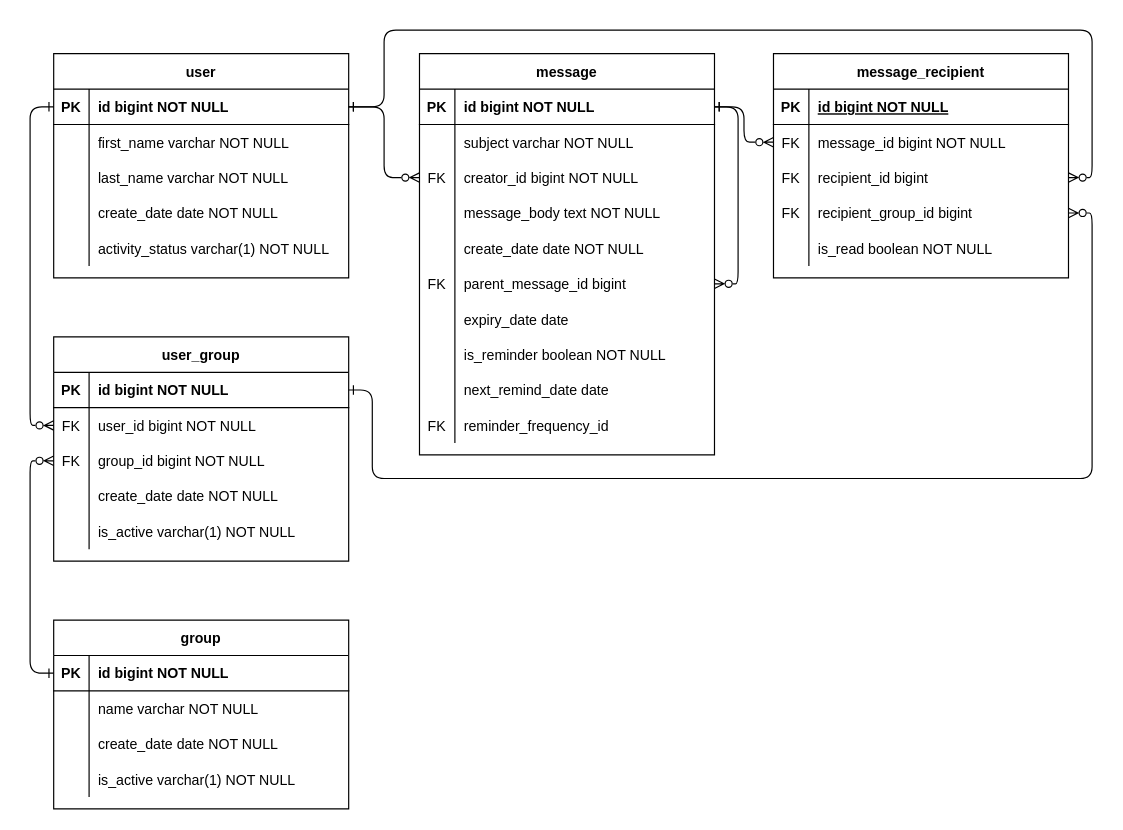
This is diagrams/Users data.drawio from WayayueGyee/Social-network-backend, a draw.io file, before an edit. Source tidied: cells renumbered, new cells numbered last; positions are measured from the earlier drawing's top-left corner, leaving out a move shared by most shapes. Both pictures are drawn from the tidied source at 118%, with x=0, y=0 at pixel (53, 30).
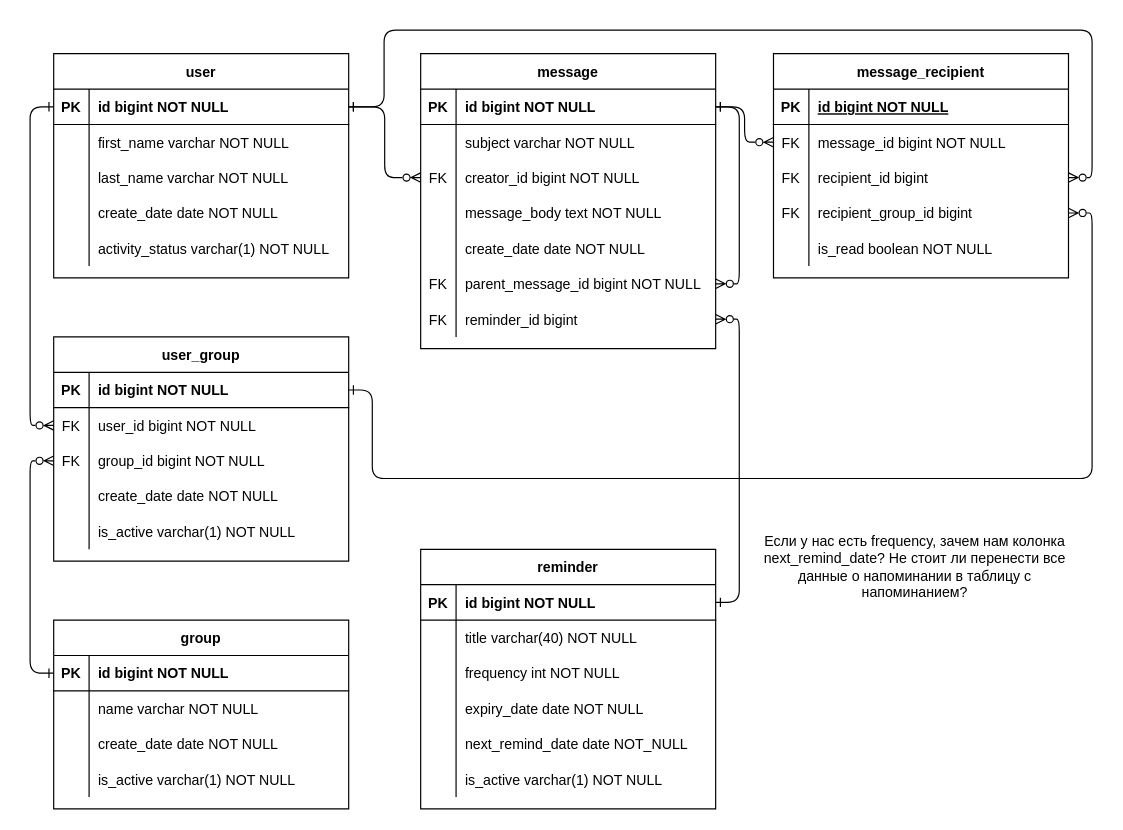
After the change.

Commit message:
Added "reminder" table data.drawio

The change refers to these unchanged cells:
```xml
<mxCell id="19" style="shape=partialRectangle;fillColor=none;points=[[0,0.5],[1,0.5]];portConstraint=eastwest;top=0;left=0;right=0;bottom=0;" parent="2" vertex="1">
  <mxGeometry y="180" width="250" height="30" as="geometry" />
</mxCell>
```

The edit, as a diff of the source:
```diff
@@
     <mxCell id="2" value="message" style="shape=table;startSize=30;childLayout=tableLayout;rowLines=0;fontStyle=1;align=center;" parent="1" vertex="1">
-      <mxGeometry x="310" y="20" width="250" height="340" as="geometry" />
+      <mxGeometry x="311" y="20" width="250" height="250" as="geometry" />
     </mxCell>
@@
-    <mxCell id="21" value="parent_message_id bigint" style="shape=partialRectangle;overflow=hidden;fillColor=none;top=0;left=0;bottom=0;right=0;align=left;spacingLeft=6;" parent="19" vertex="1">
+    <mxCell id="21" value="parent_message_id bigint NOT NULL" style="shape=partialRectangle;overflow=hidden;fillColor=none;top=0;left=0;bottom=0;right=0;align=left;spacingLeft=6;" parent="19" vertex="1">
       <mxGeometry x="30" width="220" height="30" as="geometry" />
     </mxCell>
-    <mxCell id="22" style="shape=partialRectangle;fillColor=none;top=0;left=0;right=0;bottom=0;" parent="2" vertex="1">
-      <mxGeometry y="210" width="250" height="30" as="geometry" />
-    </mxCell>
-    <mxCell id="23" style="shape=partialRectangle;overflow=hidden;fillColor=none;top=0;left=0;bottom=0;right=0;" parent="22" vertex="1">
-      <mxGeometry width="30" height="30" as="geometry" />
-    </mxCell>
-    <mxCell id="24" value="expiry_date date" style="shape=partialRectangle;overflow=hidden;fillColor=none;top=0;left=0;bottom=0;right=0;align=left;spacingLeft=6;fontStyle=0;" parent="22" vertex="1">
-      <mxGeometry x="30" width="220" height="30" as="geometry" />
-    </mxCell>
-    <mxCell id="25" style="shape=partialRectangle;fillColor=none;top=0;left=0;right=0;bottom=0;" parent="2" vertex="1">
-      <mxGeometry y="240" width="250" height="30" as="geometry" />
-    </mxCell>
-    <mxCell id="26" style="shape=partialRectangle;overflow=hidden;fillColor=none;top=0;left=0;bottom=0;right=0;" parent="25" vertex="1">
-      <mxGeometry width="30" height="30" as="geometry" />
-    </mxCell>
-    <mxCell id="27" value="is_reminder boolean NOT NULL" style="shape=partialRectangle;overflow=hidden;fillColor=none;top=0;left=0;bottom=0;right=0;align=left;spacingLeft=6;fontStyle=0;" parent="25" vertex="1">
-      <mxGeometry x="30" width="220" height="30" as="geometry" />
-    </mxCell>
-    <mxCell id="28" style="shape=partialRectangle;fillColor=none;top=0;left=0;right=0;bottom=0;" parent="2" vertex="1">
-      <mxGeometry y="270" width="250" height="30" as="geometry" />
-    </mxCell>
-    <mxCell id="29" style="shape=partialRectangle;overflow=hidden;fillColor=none;top=0;left=0;bottom=0;right=0;" parent="28" vertex="1">
-      <mxGeometry width="30" height="30" as="geometry" />
-    </mxCell>
-    <mxCell id="30" value="next_remind_date date" style="shape=partialRectangle;overflow=hidden;fillColor=none;top=0;left=0;bottom=0;right=0;align=left;spacingLeft=6;fontStyle=0;" parent="28" vertex="1">
-      <mxGeometry x="30" width="220" height="30" as="geometry" />
-    </mxCell>
     <mxCell id="31" style="shape=partialRectangle;fillColor=none;points=[[0,0.5],[1,0.5]];portConstraint=eastwest;top=0;left=0;right=0;bottom=0;" parent="2" vertex="1">
-      <mxGeometry y="300" width="250" height="30" as="geometry" />
+      <mxGeometry y="210" width="250" height="30" as="geometry" />
     </mxCell>
@@
-    <mxCell id="33" value="reminder_frequency_id" style="shape=partialRectangle;overflow=hidden;fillColor=none;top=0;left=0;bottom=0;right=0;align=left;spacingLeft=6;fontStyle=0;" parent="31" vertex="1">
+    <mxCell id="33" value="reminder_id bigint" style="shape=partialRectangle;overflow=hidden;fillColor=none;top=0;left=0;bottom=0;right=0;align=left;spacingLeft=6;fontStyle=0;" parent="31" vertex="1">
       <mxGeometry x="30" width="220" height="30" as="geometry" />
     </mxCell>
@@
+    <mxCell id="101" value="reminder" style="shape=table;startSize=30;childLayout=tableLayout;rowLines=0;fontStyle=1;align=center;" parent="1" vertex="1">
+      <mxGeometry x="311" y="440" width="250" height="220" as="geometry" />
+    </mxCell>
+    <mxCell id="102" style="shape=tableRow;horizontal=0;startSize=0;swimlaneHead=0;swimlaneBody=0;fillColor=none;points=[[0,0.5],[1,0.5]];portConstraint=eastwest;top=0;left=0;right=0;bottom=1;" parent="101" vertex="1">
+      <mxGeometry y="30" width="250" height="30" as="geometry" />
+    </mxCell>
+    <mxCell id="103" value="PK" style="shape=partialRectangle;fillColor=none;top=0;left=0;bottom=0;right=0;fontStyle=1;overflow=hidden;" parent="102" vertex="1">
+      <mxGeometry width="30" height="30" as="geometry" />
+    </mxCell>
+    <mxCell id="104" value="id bigint NOT NULL" style="shape=partialRectangle;fillColor=none;top=0;left=0;bottom=0;right=0;align=left;spacingLeft=6;fontStyle=1;overflow=hidden;" parent="102" vertex="1">
+      <mxGeometry x="30" width="220" height="30" as="geometry" />
+    </mxCell>
+    <mxCell id="105" style="shape=tableRow;horizontal=0;startSize=0;swimlaneHead=0;swimlaneBody=0;fillColor=none;top=0;left=0;right=0;bottom=0;" parent="101" vertex="1">
+      <mxGeometry y="60" width="250" height="30" as="geometry" />
+    </mxCell>
+    <mxCell id="106" style="shape=partialRectangle;fillColor=none;top=0;left=0;bottom=0;right=0;overflow=hidden;" parent="105" vertex="1">
+      <mxGeometry width="30" height="30" as="geometry" />
+    </mxCell>
+    <mxCell id="107" value="title varchar(40) NOT NULL" style="shape=partialRectangle;fillColor=none;top=0;left=0;bottom=0;right=0;align=left;spacingLeft=6;overflow=hidden;" parent="105" vertex="1">
+      <mxGeometry x="30" width="220" height="30" as="geometry" />
+    </mxCell>
+    <mxCell id="108" style="shape=tableRow;horizontal=0;startSize=0;swimlaneHead=0;swimlaneBody=0;fillColor=none;top=0;left=0;right=0;bottom=0;" parent="101" vertex="1">
+      <mxGeometry y="90" width="250" height="30" as="geometry" />
+    </mxCell>
+    <mxCell id="109" style="shape=partialRectangle;fillColor=none;top=0;left=0;bottom=0;right=0;overflow=hidden;" parent="108" vertex="1">
+      <mxGeometry width="30" height="30" as="geometry" />
+    </mxCell>
+    <mxCell id="110" value="frequency int NOT NULL" style="shape=partialRectangle;fillColor=none;top=0;left=0;bottom=0;right=0;align=left;spacingLeft=6;overflow=hidden;" parent="108" vertex="1">
+      <mxGeometry x="30" width="220" height="30" as="geometry" />
+    </mxCell>
+    <mxCell id="111" style="shape=tableRow;horizontal=0;startSize=0;swimlaneHead=0;swimlaneBody=0;fillColor=none;top=0;left=0;right=0;bottom=0;" parent="101" vertex="1">
+      <mxGeometry y="120" width="250" height="30" as="geometry" />
+    </mxCell>
+    <mxCell id="112" style="shape=partialRectangle;fillColor=none;top=0;left=0;bottom=0;right=0;overflow=hidden;" parent="111" vertex="1">
+      <mxGeometry width="30" height="30" as="geometry" />
+    </mxCell>
+    <mxCell id="113" value="expiry_date date NOT NULL" style="shape=partialRectangle;fillColor=none;top=0;left=0;bottom=0;right=0;align=left;spacingLeft=6;overflow=hidden;" parent="111" vertex="1">
+      <mxGeometry x="30" width="220" height="30" as="geometry" />
+    </mxCell>
+    <mxCell id="114" style="shape=tableRow;horizontal=0;startSize=0;swimlaneHead=0;swimlaneBody=0;fillColor=none;top=0;left=0;right=0;bottom=0;" parent="101" vertex="1">
+      <mxGeometry y="150" width="250" height="30" as="geometry" />
+    </mxCell>
+    <mxCell id="115" style="shape=partialRectangle;fillColor=none;top=0;left=0;bottom=0;right=0;overflow=hidden;" parent="114" vertex="1">
+      <mxGeometry width="30" height="30" as="geometry" />
+    </mxCell>
+    <mxCell id="116" value="next_remind_date date NOT_NULL" style="shape=partialRectangle;fillColor=none;top=0;left=0;bottom=0;right=0;align=left;spacingLeft=6;overflow=hidden;" parent="114" vertex="1">
+      <mxGeometry x="30" width="220" height="30" as="geometry" />
+    </mxCell>
+    <mxCell id="117" style="shape=tableRow;horizontal=0;startSize=0;swimlaneHead=0;swimlaneBody=0;fillColor=none;top=0;left=0;right=0;bottom=0;" parent="101" vertex="1">
+      <mxGeometry y="180" width="250" height="30" as="geometry" />
+    </mxCell>
+    <mxCell id="118" style="shape=partialRectangle;fillColor=none;top=0;left=0;bottom=0;right=0;overflow=hidden;" parent="117" vertex="1">
+      <mxGeometry width="30" height="30" as="geometry" />
+    </mxCell>
+    <mxCell id="119" value="is_active varchar(1) NOT NULL" style="shape=partialRectangle;fillColor=none;top=0;left=0;bottom=0;right=0;align=left;spacingLeft=6;overflow=hidden;" parent="117" vertex="1">
+      <mxGeometry x="30" width="220" height="30" as="geometry" />
+    </mxCell>
+    <mxCell id="120" value="Если у нас есть frequency, зачем нам колонка next_remind_date? Не стоит ли перенести все данные о напоминании в таблицу с напоминанием?" style="text;html=1;strokeColor=none;fillColor=none;align=center;verticalAlign=middle;whiteSpace=wrap;rounded=0;" parent="1" vertex="1">
+      <mxGeometry x="590" y="410" width="280" height="90" as="geometry" />
+    </mxCell>
+    <mxCell id="121" style="edgeStyle=orthogonalEdgeStyle;rounded=1;jettySize=auto;html=1;exitX=1;exitY=0.5;exitDx=0;exitDy=0;entryX=1;entryY=0.5;entryDx=0;entryDy=0;startArrow=ERone;startFill=0;endArrow=ERzeroToMany;endFill=0;" parent="1" edge="1" source="102" target="31">
+      <mxGeometry relative="1" as="geometry" />
+    </mxCell>
```
